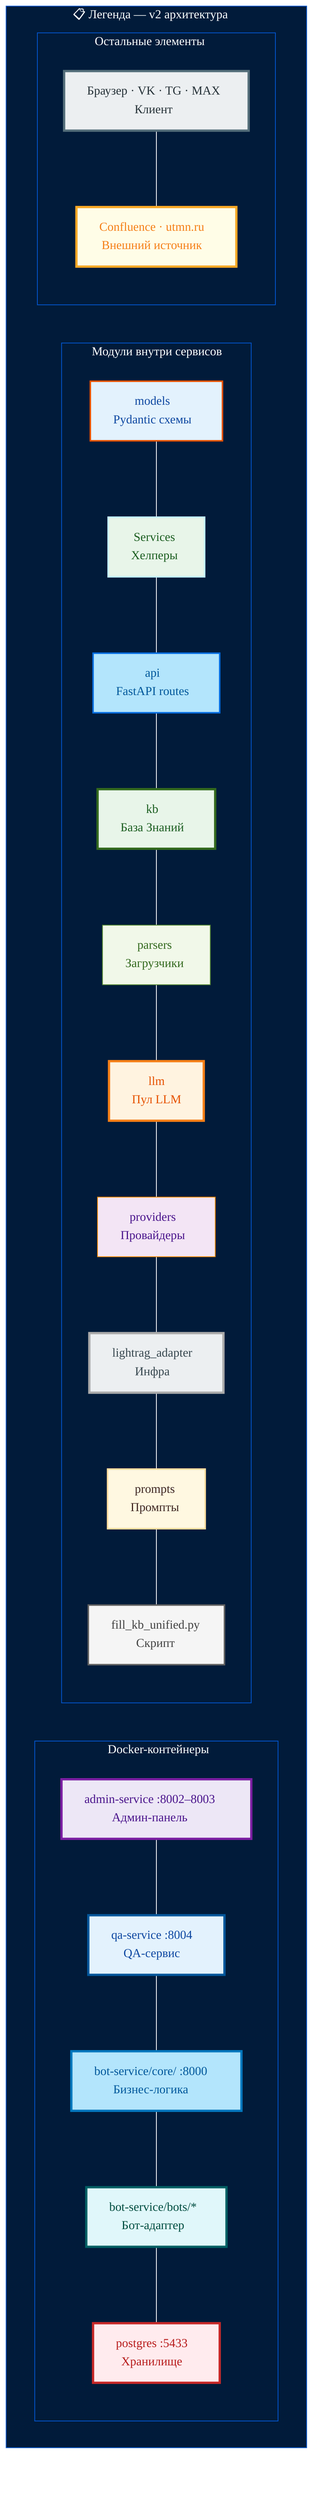
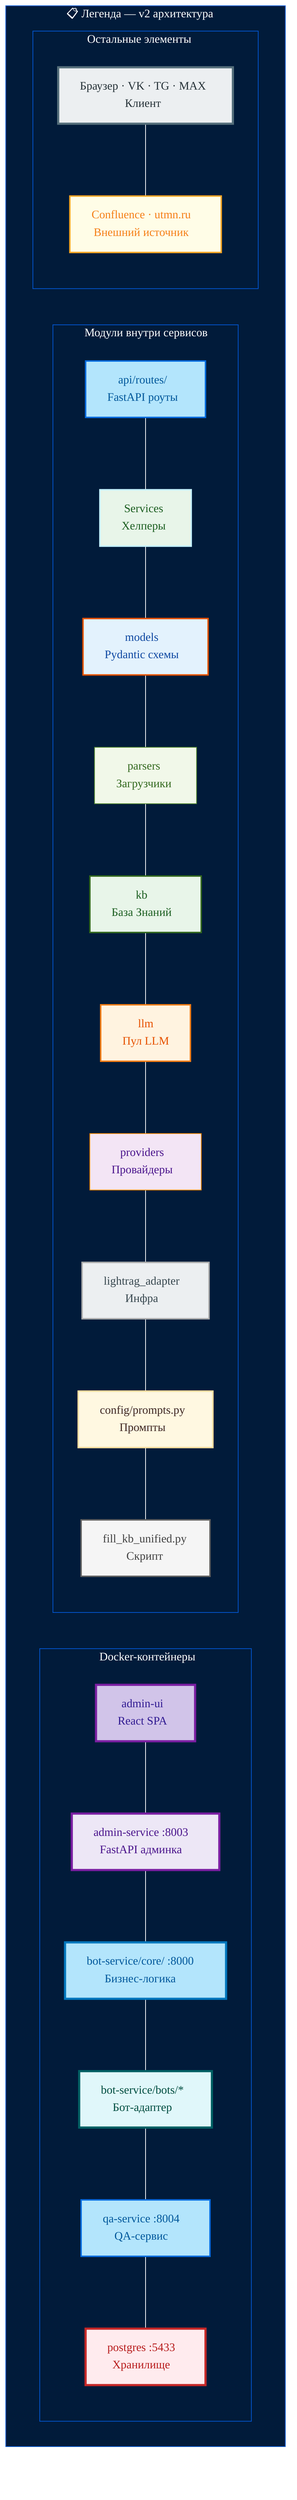
%%{
  init: {
    'theme': 'base',
    'themeVariables': {
      'background': '#011B3A',
      'primaryColor': '#032B50',
      'primaryTextColor': '#FFFFFF',
      'primaryBorderColor': '#046CE0',
      'lineColor': '#FFFFFF',
      'secondaryColor': '#021E39',
      'tertiaryColor': '#021E39',
      'clusterBkg': '#011B3A',
      'clusterBorder': '#0357D2',
      'nodeBorder': '#046CE0',
      'nodeTextColor': '#FFFFFF',
      'titleColor': '#FFFFFF',
      'fontFamily': 'Aptos, sans-serif'
    },
    'flowchart': {
      'htmlLabels': true,
      'curve': 'basis'
    }
  }
}%%

flowchart TB

  classDef admin fill:#EDE7F6,stroke:#7B1FA2,stroke-width:3px,color:#4A148C
-   classDef bot fill:#E3F2FD,stroke:#01579B,stroke-width:3px,color:#0D47A1
+   classDef ui fill:#D1C4E9,stroke:#7B1FA2,stroke-width:3px,color:#311B92
+   classDef adapt fill:#E0F7FA,stroke:#006064,stroke-width:3px,color:#004D40
  classDef core fill:#B3E5FC,stroke:#0277BD,stroke-width:3px,color:#01579B
-   classDef adapt fill:#E0F7FA,stroke:#006064,stroke-width:3px,color:#004D40
-   classDef models fill:#E3F2FD,stroke:#E65100,stroke-width:2px,color:#0D47A1
  classDef services fill:#E8F5E9,stroke:#C4F1FB,stroke-width:2px,color:#1B5E20
  classDef api fill:#B3E5FC,stroke:#046CE0,stroke-width:2px,color:#01579B
-   classDef kb fill:#E8F5E9,stroke:#33691E,stroke-width:3px,color:#1B5E20
+   classDef models fill:#E3F2FD,stroke:#E65100,stroke-width:2px,color:#0D47A1
  classDef parser fill:#F1F8E9,stroke:#558B2F,stroke-width:1px,color:#33691E
-   classDef llm fill:#FFF3E0,stroke:#F57F17,stroke-width:3px,color:#E65100
+   classDef kb fill:#E8F5E9,stroke:#33691E,stroke-width:2px,color:#1B5E20
+   classDef llm fill:#FFF3E0,stroke:#F57F17,stroke-width:2px,color:#E65100
  classDef provider fill:#F3E5F5,stroke:#FF8F00,stroke-width:1px,color:#4A148C
-   classDef infra fill:#ECEFF1,stroke:#AAAAAA,stroke-width:3px,color:#37474F
+   classDef infra fill:#ECEFF1,stroke:#AAAAAA,stroke-width:2px,color:#37474F
  classDef prompt fill:#FFF8E1,stroke:#FFDE9F,stroke-width:2px,color:#3E2723
  classDef script fill:#F5F5F5,stroke:#616161,stroke-width:2px,color:#424242
-   classDef external fill:#FFFDE7,stroke:#F9A825,stroke-width:3px,color:#F57F17
+   classDef external fill:#FFFDE7,stroke:#F9A825,stroke-width:2px,color:#F57F17
  classDef client fill:#ECEFF1,stroke:#546E7A,stroke-width:3px,color:#263238
  classDef storage fill:#FFEBEE,stroke:#C62828,stroke-width:3px,color:#B71C1C

  subgraph Legend["📋 Легенда — v2 архитектура"]

    subgraph Docker["🐳 Docker-контейнеры"]
-       L1["admin-service :8002–8003<br/>Админ-панель"]:::admin
-       L2["qa-service :8004<br/>QA-сервис"]:::bot
+       L1["admin-ui<br/>React SPA"]:::ui
+       L2["admin-service :8003<br/>FastAPI админка"]:::admin
      L3["bot-service/core/ :8000<br/>Бизнес-логика"]:::core
      L4["bot-service/bots/*<br/>Бот-адаптер"]:::adapt
-       L5["postgres :5433<br/>Хранилище"]:::storage
+       L5["qa-service :8004<br/>QA-сервис"]:::api
+       L6["postgres :5433<br/>Хранилище"]:::storage
      L1 --- L2
      L2 --- L3
      L3 --- L4
      L4 --- L5
+       L5 --- L6
    end

    subgraph Modules["🧩 Модули внутри сервисов"]
-       M1["models<br/>Pydantic схемы"]:::models
+       M1["api/routes/<br/>FastAPI роуты"]:::api
      M2["Services<br/>Хелперы"]:::services
-       M3["api<br/>FastAPI routes"]:::api
-       M4["kb<br/>База Знаний"]:::kb
-       M5["parsers<br/>Загрузчики"]:::parser
+       M3["models<br/>Pydantic схемы"]:::models
+       M4["parsers<br/>Загрузчики"]:::parser
+       M5["kb<br/>База Знаний"]:::kb
      M6["llm<br/>Пул LLM"]:::llm
      M7["providers<br/>Провайдеры"]:::provider
      M8["lightrag_adapter<br/>Инфра"]:::infra
-       M9["prompts<br/>Промпты"]:::prompt
+       M9["config/prompts.py<br/>Промпты"]:::prompt
      M10["fill_kb_unified.py<br/>Скрипт"]:::script
      M1 --- M2
      M2 --- M3
      M3 --- M4
      M4 --- M5
      M5 --- M6
      M6 --- M7
      M7 --- M8
      M8 --- M9
      M9 --- M10
    end

    subgraph Other["Остальные элементы"]
      O1["Браузер · VK · TG · MAX<br/>Клиент"]:::client
      O2["Confluence · utmn.ru<br/>Внешний источник"]:::external
      O1 --- O2
    end

  end
